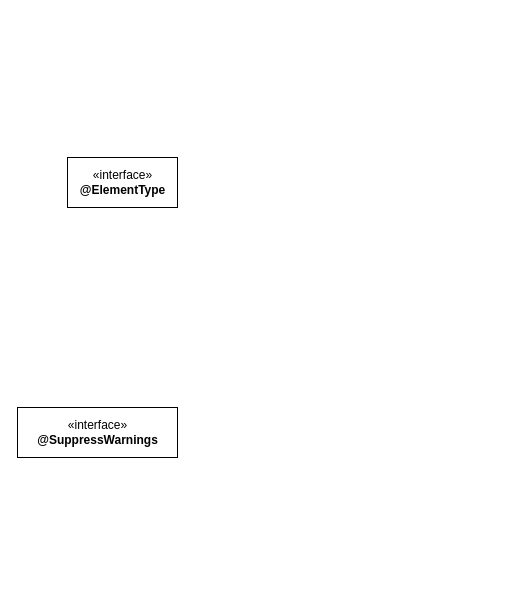
Before: page "注解" (31 of 31) of jdk/rt.drawio in tadsimons/draw, a draw.io diagram. Source tidied: cells renumbered, new cells numbered last; positions are measured from the earlier drawing's top-left corner, leaving out a move shared by most shapes. Both pictures are drawn from the tidied source at 100%, with x=0, y=0 at pixel (17, 157).
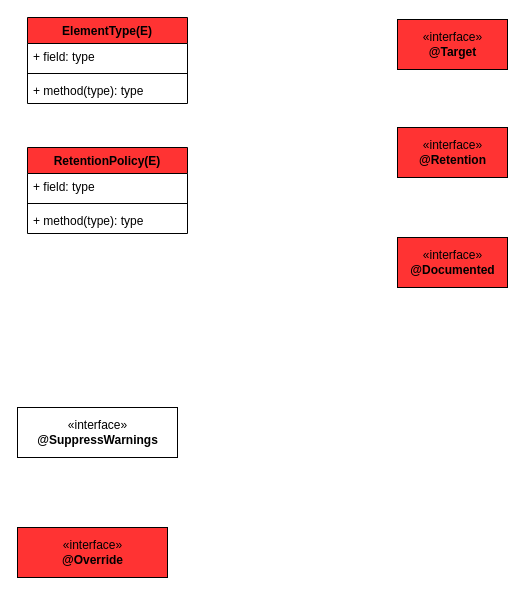
After the change.

Change to the diagram source:
```diff
@@
 <mxGraphModel>
   <root>
     <mxCell id="0" />
     <mxCell id="1" parent="0" />
-    <mxCell id="2" value="«interface»&lt;br&gt;&lt;b&gt;@ElementType&lt;/b&gt;" style="html=1;" parent="1" vertex="1">
-      <mxGeometry x="50" width="110" height="50" as="geometry" />
-    </mxCell>
     <mxCell id="3" value="«interface»&lt;br&gt;&lt;b&gt;@SuppressWarnings&lt;/b&gt;" style="html=1;" parent="1" vertex="1">
       <mxGeometry y="250" width="160" height="50" as="geometry" />
     </mxCell>
+    <mxCell id="4" value="ElementType(E)" style="swimlane;fontStyle=1;align=center;verticalAlign=top;horizontal=1;startSize=26;fillColor=#FF3333;" parent="1" vertex="1">
+      <mxGeometry x="10" y="-140" width="160" height="86" as="geometry" />
+    </mxCell>
+    <mxCell id="5" value="+ field: type" style="text;strokeColor=none;fillColor=none;align=left;verticalAlign=top;spacingLeft=4;spacingRight=4;overflow=hidden;" parent="4" vertex="1">
+      <mxGeometry y="26" width="160" height="26" as="geometry" />
+    </mxCell>
+    <mxCell id="6" style="line;strokeWidth=1;fillColor=none;align=left;verticalAlign=middle;spacingTop=-1;spacingLeft=3;spacingRight=3;labelPosition=right;" parent="4" vertex="1">
+      <mxGeometry y="52" width="160" height="8" as="geometry" />
+    </mxCell>
+    <mxCell id="7" value="+ method(type): type" style="text;strokeColor=none;fillColor=none;align=left;verticalAlign=top;spacingLeft=4;spacingRight=4;overflow=hidden;" parent="4" vertex="1">
+      <mxGeometry y="60" width="160" height="26" as="geometry" />
+    </mxCell>
+    <mxCell id="8" value="RetentionPolicy(E)" style="swimlane;fontStyle=1;align=center;verticalAlign=top;horizontal=1;startSize=26;fillColor=#FF3333;" parent="1" vertex="1">
+      <mxGeometry x="10" y="-10" width="160" height="86" as="geometry" />
+    </mxCell>
+    <mxCell id="9" value="+ field: type" style="text;strokeColor=none;fillColor=none;align=left;verticalAlign=top;spacingLeft=4;spacingRight=4;overflow=hidden;" parent="8" vertex="1">
+      <mxGeometry y="26" width="160" height="26" as="geometry" />
+    </mxCell>
+    <mxCell id="10" style="line;strokeWidth=1;fillColor=none;align=left;verticalAlign=middle;spacingTop=-1;spacingLeft=3;spacingRight=3;labelPosition=right;" parent="8" vertex="1">
+      <mxGeometry y="52" width="160" height="8" as="geometry" />
+    </mxCell>
+    <mxCell id="11" value="+ method(type): type" style="text;strokeColor=none;fillColor=none;align=left;verticalAlign=top;spacingLeft=4;spacingRight=4;overflow=hidden;" parent="8" vertex="1">
+      <mxGeometry y="60" width="160" height="26" as="geometry" />
+    </mxCell>
+    <mxCell id="12" value="«interface»&lt;br&gt;&lt;b&gt;@Target&lt;/b&gt;" style="html=1;fillColor=#FF3333;" parent="1" vertex="1">
+      <mxGeometry x="380" y="-138" width="110" height="50" as="geometry" />
+    </mxCell>
+    <mxCell id="13" value="«interface»&lt;br&gt;&lt;b&gt;@Retention&lt;/b&gt;" style="html=1;fillColor=#FF3333;" parent="1" vertex="1">
+      <mxGeometry x="380" y="-30" width="110" height="50" as="geometry" />
+    </mxCell>
+    <mxCell id="14" value="«interface»&lt;br&gt;&lt;b&gt;@Documented&lt;/b&gt;" style="html=1;fillColor=#FF3333;" parent="1" vertex="1">
+      <mxGeometry x="380" y="80" width="110" height="50" as="geometry" />
+    </mxCell>
+    <mxCell id="15" value="«interface»&lt;br&gt;&lt;b&gt;@Override&lt;/b&gt;" style="html=1;fillColor=#FF3333;" parent="1" vertex="1">
+      <mxGeometry y="370" width="150" height="50" as="geometry" />
+    </mxCell>
   </root>
 </mxGraphModel>
```
